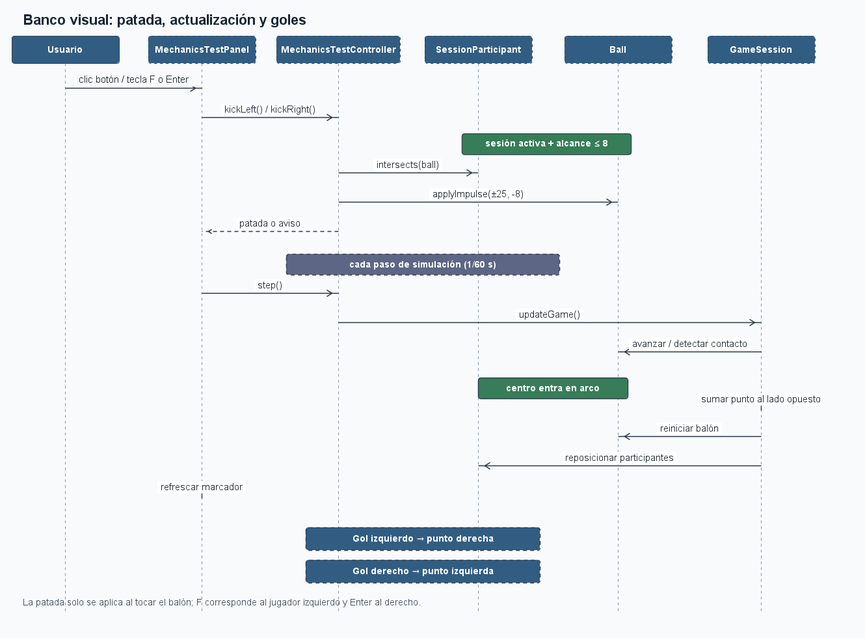
This is docs/uml/capturas/mechanics-test-sequence.png from PaglkG/ProyectoFinal-Dopo, a PlantUML export, as it was before one commit. Its source is kept beside it as docs/uml/mechanics-test-sequence.puml.
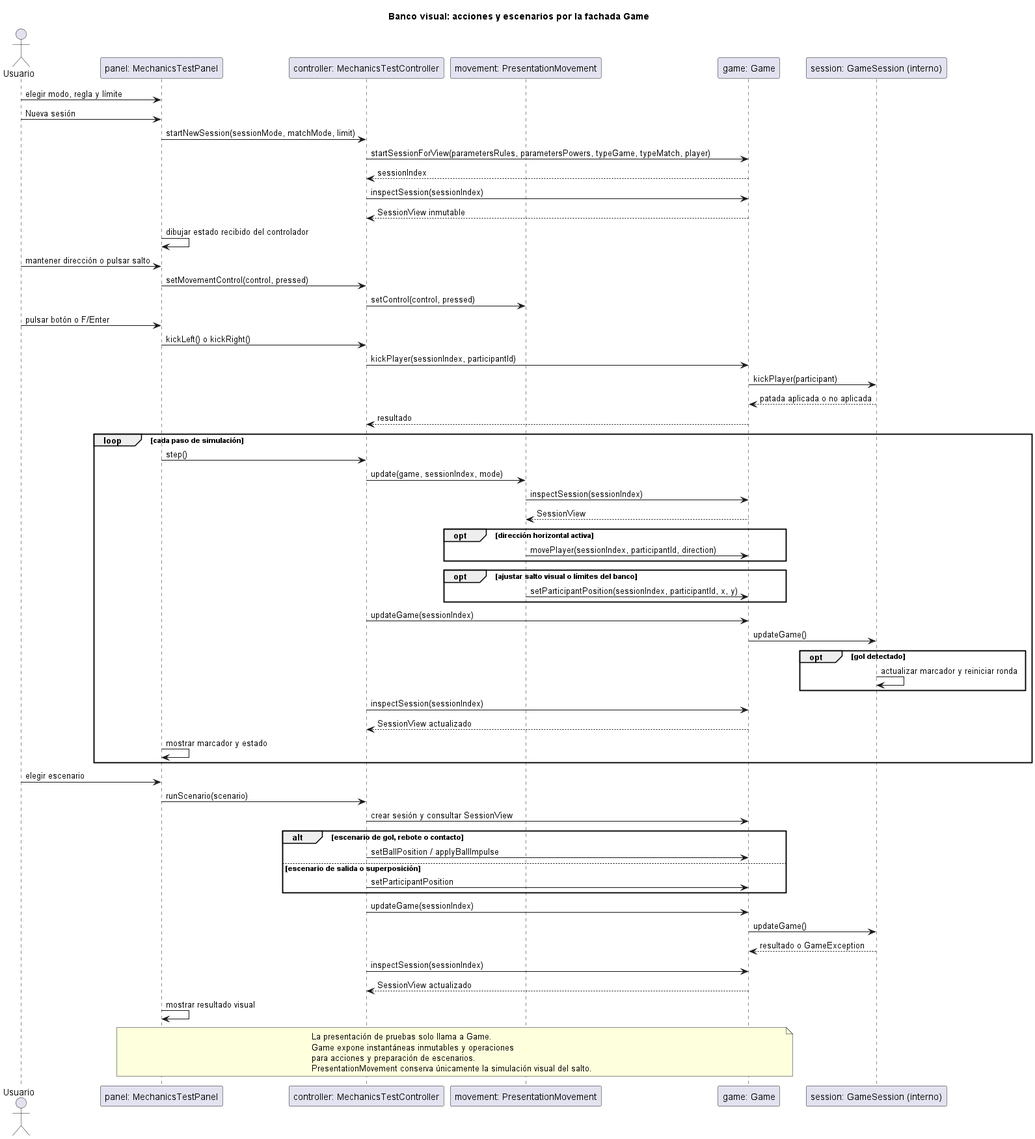
After the change.

Change to the diagram source:
```diff
@@ -1,76 +1,71 @@
 @startuml
-title Banco visual: preparación y ejecución de escenarios
+title Banco visual: acciones y escenarios por la fachada Game
 actor Usuario
 participant "panel: MechanicsTestPanel" as P
 participant "controller: MechanicsTestController" as C
+participant "movement: PresentationMovement" as M
 participant "game: Game" as G
-participant "session: GameSession" as S
-participant "field: SoccerField" as F
-participant "ball: Ball" as B
-participant "movement: PresentationMovement" as M
-participant "player: SessionParticipant" as U
+participant "session: GameSession (interno)" as S
 
-Usuario -> P: elegir modo y límite
+Usuario -> P: elegir modo, regla y límite
 Usuario -> P: Nueva sesión
 P -> C: startNewSession(sessionMode, matchMode, limit)
-C -> G: startSession(parameters, sessionClass, ruleClass, true)
-G --> C: sesión
-P -> S: getField(), getParticipantsLeft/Right()
-P -> P: dibujar cancha, participantes, balón y marcador
+C -> G: startSessionForView(parametersRules, parametersPowers, typeGame, typeMatch, player)
+G --> C: sessionIndex
+C -> G: inspectSession(sessionIndex)
+G --> C: SessionView inmutable
+P -> P: dibujar estado recibido del controlador
 
 Usuario -> P: mantener dirección o pulsar salto
 P -> C: setMovementControl(control, pressed)
 C -> M: setControl(control, pressed)
 Usuario -> P: pulsar botón o F/Enter
 P -> C: kickLeft() o kickRight()
-alt sesión activa y superficie del balón a 8 unidades o menos
-  C -> U: intersects(ball)
-  C -> S: kickPlayer(participant)
-  S -> B: applyImpulse(±150, -50)
-  C --> P: patada aplicada hacia arco contrario
-else sin contacto, sesión terminada o jugador no controlable
-  C --> P: no aplica patada
-end
+C -> G: kickPlayer(sessionIndex, participantId)
+G -> S: kickPlayer(participant)
+S --> G: patada aplicada o no aplicada
+G --> C: resultado
+
 loop cada paso de simulación
   P -> C: step()
-  C -> M: update(session, sessionMode)
-  M -> S: leer participantes y cancha
-  M -> U: resetPosition(x, y)
-  C -> G: updateGame(session)
+  C -> M: update(game, sessionIndex, mode)
+  M -> G: inspectSession(sessionIndex)
+  G --> M: SessionView
+  opt dirección horizontal activa
+    M -> G: movePlayer(sessionIndex, participantId, direction)
+  end
+  opt ajustar salto visual o límites del banco
+    M -> G: setParticipantPosition(sessionIndex, participantId, x, y)
+  end
+  C -> G: updateGame(sessionIndex)
   G -> S: updateGame()
-  opt centro del balón entra en un arco
-    S -> S: sumar gol al lado opuesto
-    S -> S: reiniciar balón y participantes
-    P -> P: actualizar marcador visible
+  opt gol detectado
+    S -> S: actualizar marcador y reiniciar ronda
   end
+  C -> G: inspectSession(sessionIndex)
+  G --> C: SessionView actualizado
+  P -> P: mostrar marcador y estado
 end
 
 Usuario -> P: elegir escenario
 P -> C: runScenario(scenario)
-C -> G: iniciar sesión limpia para el escenario
-alt gol en arco
-  C -> B: posicionar en el área del arco
-  C -> G: updateGame(session)
-  G -> S: updateGame()
-  S -> F: goalSideFor(ball)
-  S -> S: actualizar marcador y reiniciar ronda
-else rebote
-  C -> B: posicionar junto al suelo y aplicar velocidad
-  C -> G: updateGame(session)
-  G -> S: updateGame()
-  S -> F: touchesGround(ball)
-  S -> B: rebotar con retención
-else contacto participante-balón
-  C -> B: posicionar sobre el participante
-  C -> G: updateGame(session)
-  G -> S: updateGame()
-  S -> B: aplicar impulso una vez por contacto
-else salida o superposición
-  C -> P: posicionar objeto para provocar el caso
-  C -> G: updateGame(session)
-  G -> S: updateGame()
-  S --> P: mostrar GameException o resultado de la sesión
+C -> G: crear sesión y consultar SessionView
+alt escenario de gol, rebote o contacto
+  C -> G: setBallPosition / applyBallImpulse
+else escenario de salida o superposición
+  C -> G: setParticipantPosition
 end
-P -> S: leer marcador, tiempo y posiciones
-P -> P: actualizar dibujo y estado visible
+C -> G: updateGame(sessionIndex)
+G -> S: updateGame()
+S --> G: resultado o GameException
+C -> G: inspectSession(sessionIndex)
+G --> C: SessionView actualizado
+P -> P: mostrar resultado visual
+
+note over P,G
+  La presentación de pruebas solo llama a Game.
+  Game expone instantáneas inmutables y operaciones
+  para acciones y preparación de escenarios.
+  PresentationMovement conserva únicamente la simulación visual del salto.
+end note
 @enduml
```
